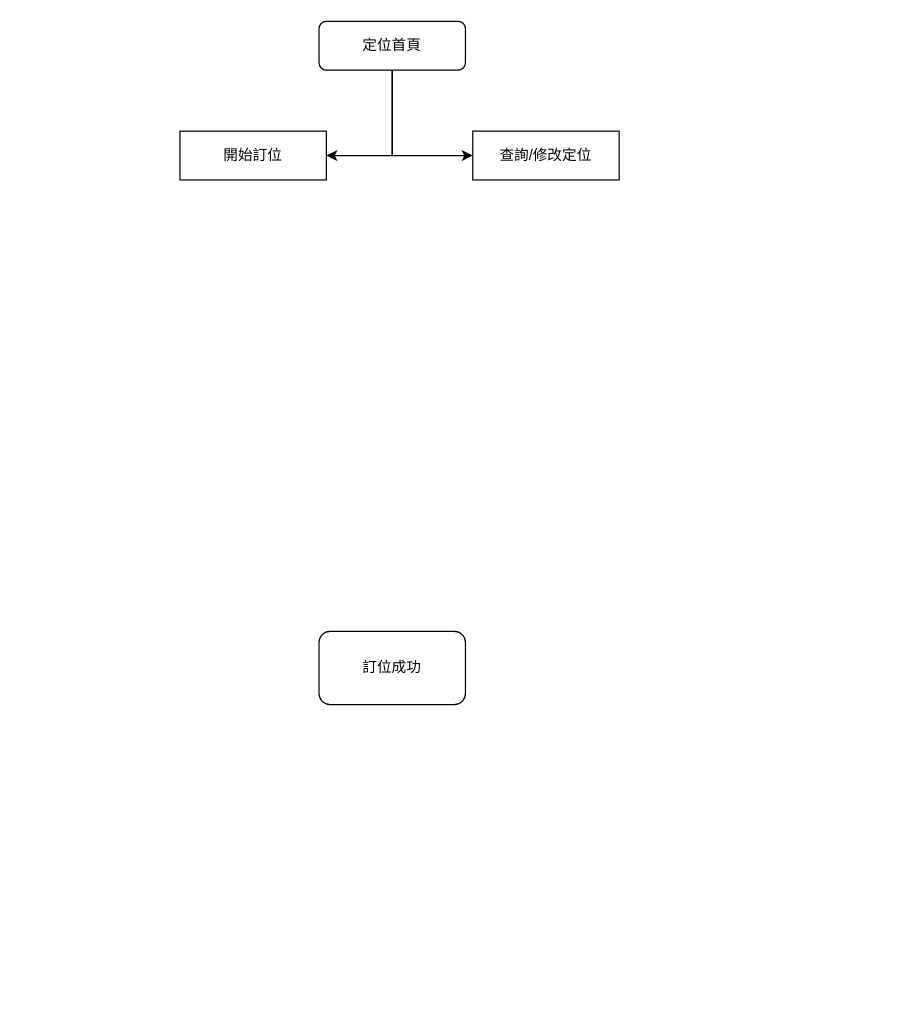
Above: 訂位系統.drawio in Josh1216/draw.io_test (draw.io), before the change. Source tidied: cells renumbered, new cells numbered last; positions are measured from the earlier drawing's top-left corner, leaving out a move shared by most shapes. Both pictures are drawn from the tidied source at 122%, with x=0, y=0 at pixel (179, 21).
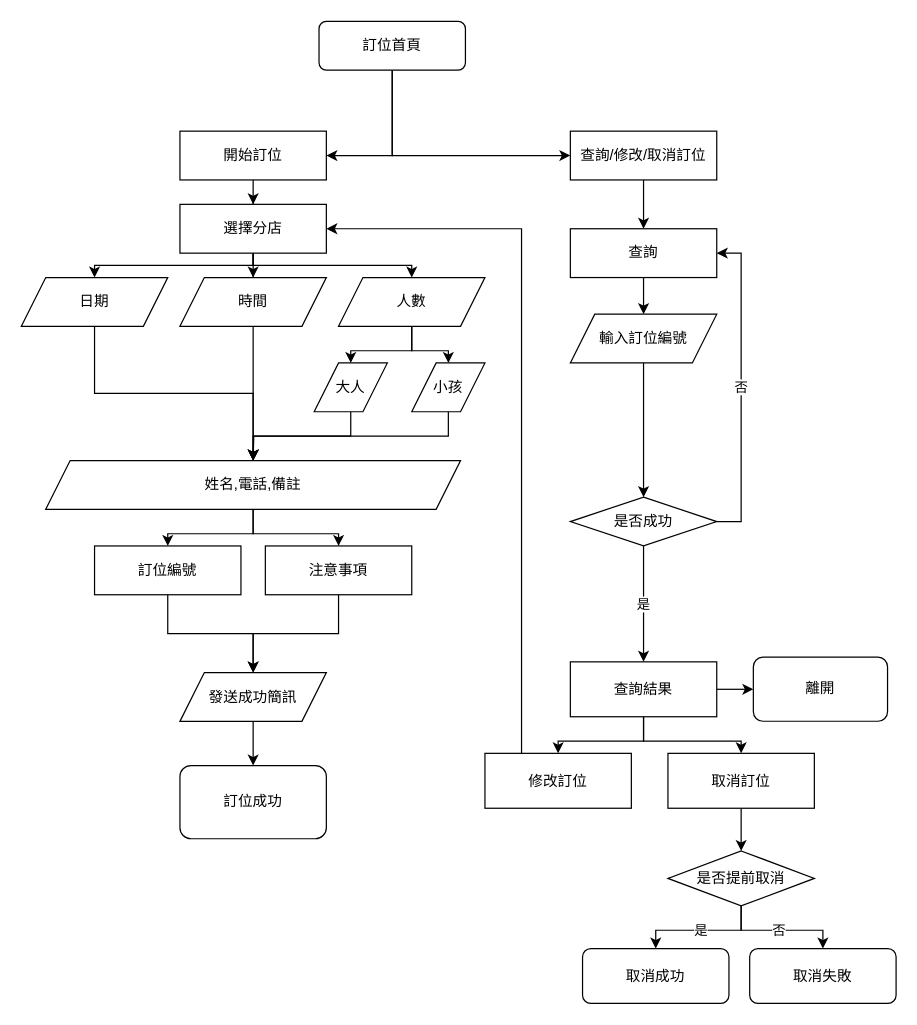
The same page after the edit.

Commit message:
更新訂位系統.drawio

The change refers to these unchanged cells:
```xml
<mxCell id="7" value="開始訂位" style="rounded=0;whiteSpace=wrap;html=1;" parent="1" vertex="1">
  <mxGeometry y="90" width="120" height="40" as="geometry" />
</mxCell>
```

The edit, as a diff of the source:
```diff
@@
-    <mxCell id="4" value="定位首頁" style="rounded=1;whiteSpace=wrap;html=1;" parent="1" vertex="1">
+    <mxCell id="4" value="訂位首頁" style="rounded=1;whiteSpace=wrap;html=1;" parent="1" vertex="1">
       <mxGeometry x="114" width="120" height="40" as="geometry" />
     </mxCell>
     <mxCell id="5" value="訂位成功" style="rounded=1;whiteSpace=wrap;html=1;" parent="1" vertex="1">
-      <mxGeometry x="114" y="500" width="120" height="60" as="geometry" />
+      <mxGeometry y="610" width="120" height="60" as="geometry" />
     </mxCell>
+    <mxCell id="8" style="edgeStyle=orthogonalEdgeStyle;rounded=0;jettySize=auto;html=1;exitX=0.5;exitY=1;exitDx=0;exitDy=0;entryX=0.5;entryY=0;entryDx=0;entryDy=0;" parent="1" edge="1" source="6" target="39">
+      <mxGeometry relative="1" as="geometry" />
+    </mxCell>
-    <mxCell id="6" value="查詢/修改定位" style="rounded=0;whiteSpace=wrap;html=1;" parent="1" vertex="1">
-      <mxGeometry x="240" y="90" width="120" height="40" as="geometry" />
+    <mxCell id="6" value="查詢/修改/取消訂位" style="rounded=0;whiteSpace=wrap;html=1;" parent="1" vertex="1">
+      <mxGeometry x="320" y="90" width="120" height="40" as="geometry" />
     </mxCell>
+    <mxCell id="9" style="edgeStyle=orthogonalEdgeStyle;rounded=0;jettySize=auto;html=1;" parent="1" edge="1" source="7" target="24">
+      <mxGeometry relative="1" as="geometry" />
+    </mxCell>
@@
+    <mxCell id="10" style="edgeStyle=orthogonalEdgeStyle;rounded=0;jettySize=auto;html=1;exitX=0.5;exitY=1;exitDx=0;exitDy=0;" parent="1" edge="1" source="11">
+      <mxGeometry relative="1" as="geometry">
+        <mxPoint x="60" y="360" as="targetPoint" />
+      </mxGeometry>
+    </mxCell>
+    <mxCell id="11" value="時間" style="shape=parallelogram;perimeter=parallelogramPerimeter;whiteSpace=wrap;html=1;fixedSize=1;" parent="1" vertex="1">
+      <mxGeometry y="210" width="120" height="40" as="geometry" />
+    </mxCell>
+    <mxCell id="12" style="edgeStyle=orthogonalEdgeStyle;rounded=0;jettySize=auto;html=1;entryX=0.5;entryY=0;entryDx=0;entryDy=0;" parent="1" edge="1" source="13" target="31">
+      <mxGeometry relative="1" as="geometry" />
+    </mxCell>
+    <mxCell id="13" value="日期" style="shape=parallelogram;perimeter=parallelogramPerimeter;whiteSpace=wrap;html=1;fixedSize=1;" parent="1" vertex="1">
+      <mxGeometry x="-130" y="210" width="120" height="40" as="geometry" />
+    </mxCell>
+    <mxCell id="14" style="edgeStyle=orthogonalEdgeStyle;rounded=0;jettySize=auto;html=1;entryX=0.5;entryY=0;entryDx=0;entryDy=0;" parent="1" edge="1" source="16" target="28">
+      <mxGeometry relative="1" as="geometry" />
+    </mxCell>
+    <mxCell id="15" style="edgeStyle=orthogonalEdgeStyle;rounded=0;jettySize=auto;html=1;exitX=0.5;exitY=1;exitDx=0;exitDy=0;entryX=0.5;entryY=0;entryDx=0;entryDy=0;" parent="1" edge="1" source="16" target="26">
+      <mxGeometry relative="1" as="geometry" />
+    </mxCell>
+    <mxCell id="16" value="人數" style="shape=parallelogram;perimeter=parallelogramPerimeter;whiteSpace=wrap;html=1;fixedSize=1;" parent="1" vertex="1">
+      <mxGeometry x="130" y="210" width="120" height="40" as="geometry" />
+    </mxCell>
+    <mxCell id="17" style="edgeStyle=orthogonalEdgeStyle;rounded=0;jettySize=auto;html=1;" parent="1" edge="1" source="20" target="49">
+      <mxGeometry relative="1" as="geometry" />
+    </mxCell>
+    <mxCell id="18" style="edgeStyle=orthogonalEdgeStyle;rounded=0;jettySize=auto;html=1;exitX=0.5;exitY=1;exitDx=0;exitDy=0;entryX=0.5;entryY=0;entryDx=0;entryDy=0;" parent="1" edge="1" source="20" target="48">
+      <mxGeometry relative="1" as="geometry" />
+    </mxCell>
+    <mxCell id="19" style="edgeStyle=orthogonalEdgeStyle;rounded=0;jettySize=auto;html=1;entryX=0.5;entryY=0;entryDx=0;entryDy=0;" parent="1" edge="1" source="20" target="46">
+      <mxGeometry relative="1" as="geometry" />
+    </mxCell>
+    <mxCell id="20" value="查詢結果" style="rounded=0;whiteSpace=wrap;html=1;" parent="1" vertex="1">
+      <mxGeometry x="320" y="525" width="120" height="45" as="geometry" />
+    </mxCell>
+    <mxCell id="21" style="edgeStyle=orthogonalEdgeStyle;rounded=0;jettySize=auto;html=1;" parent="1" edge="1" source="24" target="11">
+      <mxGeometry relative="1" as="geometry" />
+    </mxCell>
+    <mxCell id="22" style="edgeStyle=orthogonalEdgeStyle;rounded=0;jettySize=auto;html=1;exitX=0.5;exitY=1;exitDx=0;exitDy=0;entryX=0.5;entryY=0;entryDx=0;entryDy=0;" parent="1" edge="1" source="24" target="13">
+      <mxGeometry relative="1" as="geometry">
+        <Array as="points">
+          <mxPoint x="60" y="200" />
+          <mxPoint x="-70" y="200" />
+        </Array>
+      </mxGeometry>
+    </mxCell>
+    <mxCell id="23" style="edgeStyle=orthogonalEdgeStyle;rounded=0;jettySize=auto;html=1;exitX=0.5;exitY=1;exitDx=0;exitDy=0;" parent="1" edge="1" source="24" target="16">
+      <mxGeometry relative="1" as="geometry">
+        <Array as="points">
+          <mxPoint x="60" y="200" />
+          <mxPoint x="190" y="200" />
+        </Array>
+      </mxGeometry>
+    </mxCell>
+    <mxCell id="24" value="選擇分店" style="rounded=0;whiteSpace=wrap;html=1;" parent="1" vertex="1">
+      <mxGeometry y="150" width="120" height="40" as="geometry" />
+    </mxCell>
+    <mxCell id="25" style="edgeStyle=orthogonalEdgeStyle;rounded=0;jettySize=auto;html=1;exitX=0.5;exitY=1;exitDx=0;exitDy=0;" parent="1" edge="1" source="26">
+      <mxGeometry relative="1" as="geometry">
+        <mxPoint x="60" y="360" as="targetPoint" />
+      </mxGeometry>
+    </mxCell>
+    <mxCell id="26" value="小孩" style="shape=parallelogram;perimeter=parallelogramPerimeter;whiteSpace=wrap;html=1;fixedSize=1;" parent="1" vertex="1">
+      <mxGeometry x="190" y="280" width="60" height="40" as="geometry" />
+    </mxCell>
+    <mxCell id="27" style="edgeStyle=orthogonalEdgeStyle;rounded=0;jettySize=auto;html=1;exitX=0.5;exitY=1;exitDx=0;exitDy=0;entryX=0.5;entryY=0;entryDx=0;entryDy=0;" parent="1" edge="1" source="28" target="31">
+      <mxGeometry relative="1" as="geometry" />
+    </mxCell>
+    <mxCell id="28" value="大人" style="shape=parallelogram;perimeter=parallelogramPerimeter;whiteSpace=wrap;html=1;fixedSize=1;" parent="1" vertex="1">
+      <mxGeometry x="110" y="280" width="60" height="40" as="geometry" />
+    </mxCell>
+    <mxCell id="29" style="edgeStyle=orthogonalEdgeStyle;rounded=0;jettySize=auto;html=1;exitX=0.5;exitY=1;exitDx=0;exitDy=0;entryX=0.5;entryY=0;entryDx=0;entryDy=0;" parent="1" edge="1" source="31" target="37">
+      <mxGeometry relative="1" as="geometry" />
+    </mxCell>
+    <mxCell id="30" style="edgeStyle=orthogonalEdgeStyle;rounded=0;jettySize=auto;html=1;exitX=0.5;exitY=1;exitDx=0;exitDy=0;" parent="1" edge="1" source="31" target="35">
+      <mxGeometry relative="1" as="geometry" />
+    </mxCell>
+    <mxCell id="31" value="姓名,電話,備註" style="shape=parallelogram;perimeter=parallelogramPerimeter;whiteSpace=wrap;html=1;fixedSize=1;" parent="1" vertex="1">
+      <mxGeometry x="-110" y="360" width="340" height="40" as="geometry" />
+    </mxCell>
+    <mxCell id="32" style="edgeStyle=orthogonalEdgeStyle;rounded=0;jettySize=auto;html=1;exitX=0.5;exitY=1;exitDx=0;exitDy=0;entryX=0.5;entryY=0;entryDx=0;entryDy=0;" parent="1" edge="1" source="33" target="5">
+      <mxGeometry relative="1" as="geometry" />
+    </mxCell>
+    <mxCell id="33" value="發送成功簡訊" style="rounded=0;whiteSpace=wrap;html=1;shape=parallelogram;perimeter=parallelogramPerimeter;fixedSize=1;" parent="1" vertex="1">
+      <mxGeometry y="533.8" width="120" height="40" as="geometry" />
+    </mxCell>
+    <mxCell id="34" style="edgeStyle=orthogonalEdgeStyle;rounded=0;jettySize=auto;html=1;exitX=0.5;exitY=1;exitDx=0;exitDy=0;" parent="1" edge="1" source="35" target="33">
+      <mxGeometry relative="1" as="geometry" />
+    </mxCell>
+    <mxCell id="35" value="注意事項" style="rounded=0;whiteSpace=wrap;html=1;" parent="1" vertex="1">
+      <mxGeometry x="70" y="430" width="120" height="40" as="geometry" />
+    </mxCell>
+    <mxCell id="36" style="edgeStyle=orthogonalEdgeStyle;rounded=0;jettySize=auto;html=1;exitX=0.5;exitY=1;exitDx=0;exitDy=0;entryX=0.5;entryY=0;entryDx=0;entryDy=0;" parent="1" edge="1" source="37" target="33">
+      <mxGeometry relative="1" as="geometry" />
+    </mxCell>
+    <mxCell id="37" value="訂位編號" style="rounded=0;whiteSpace=wrap;html=1;" parent="1" vertex="1">
+      <mxGeometry x="-70" y="430" width="120" height="40" as="geometry" />
+    </mxCell>
+    <mxCell id="38" style="edgeStyle=orthogonalEdgeStyle;rounded=0;jettySize=auto;html=1;" parent="1" edge="1" source="39" target="41">
+      <mxGeometry relative="1" as="geometry" />
+    </mxCell>
+    <mxCell id="39" value="查詢" style="rounded=0;whiteSpace=wrap;html=1;" parent="1" vertex="1">
+      <mxGeometry x="320" y="170" width="120" height="40" as="geometry" />
+    </mxCell>
+    <mxCell id="40" style="edgeStyle=orthogonalEdgeStyle;rounded=0;jettySize=auto;html=1;exitX=0.5;exitY=1;exitDx=0;exitDy=0;entryX=0.5;entryY=0;entryDx=0;entryDy=0;" parent="1" edge="1" source="41" target="44">
+      <mxGeometry relative="1" as="geometry" />
+    </mxCell>
+    <mxCell id="41" value="輸入訂位編號" style="shape=parallelogram;perimeter=parallelogramPerimeter;whiteSpace=wrap;html=1;fixedSize=1;" parent="1" vertex="1">
+      <mxGeometry x="320" y="240" width="120" height="40" as="geometry" />
+    </mxCell>
+    <mxCell id="42" value="是" style="edgeStyle=orthogonalEdgeStyle;rounded=0;jettySize=auto;html=1;exitX=0.5;exitY=1;exitDx=0;exitDy=0;entryX=0.5;entryY=0;entryDx=0;entryDy=0;" parent="1" edge="1" source="44" target="20">
+      <mxGeometry relative="1" as="geometry" />
+    </mxCell>
+    <mxCell id="43" value="否" style="edgeStyle=orthogonalEdgeStyle;rounded=0;jettySize=auto;html=1;entryX=1;entryY=0.5;entryDx=0;entryDy=0;" parent="1" edge="1" source="44" target="39">
+      <mxGeometry relative="1" as="geometry">
+        <Array as="points">
+          <mxPoint x="460" y="410" />
+          <mxPoint x="460" y="190" />
+        </Array>
+      </mxGeometry>
+    </mxCell>
+    <mxCell id="44" value="是否成功" style="rounded=0;whiteSpace=wrap;html=1;shape=rhombus;perimeter=rhombusPerimeter;" parent="1" vertex="1">
+      <mxGeometry x="320" y="390" width="120" height="40" as="geometry" />
+    </mxCell>
+    <mxCell id="45" style="edgeStyle=orthogonalEdgeStyle;rounded=0;jettySize=auto;html=1;" parent="1" edge="1" source="46" target="52">
+      <mxGeometry relative="1" as="geometry" />
+    </mxCell>
+    <mxCell id="46" value="取消訂位" style="rounded=0;whiteSpace=wrap;html=1;" parent="1" vertex="1">
+      <mxGeometry x="400" y="600" width="120" height="45" as="geometry" />
+    </mxCell>
+    <mxCell id="47" style="edgeStyle=orthogonalEdgeStyle;rounded=0;jettySize=auto;html=1;entryX=1;entryY=0.5;entryDx=0;entryDy=0;" parent="1" edge="1" source="48" target="24">
+      <mxGeometry relative="1" as="geometry">
+        <Array as="points">
+          <mxPoint x="280" y="623" />
+          <mxPoint x="280" y="170" />
+        </Array>
+      </mxGeometry>
+    </mxCell>
+    <mxCell id="48" value="修改訂位" style="rounded=0;whiteSpace=wrap;html=1;" parent="1" vertex="1">
+      <mxGeometry x="250" y="600" width="120" height="45" as="geometry" />
+    </mxCell>
+    <mxCell id="49" value="離開" style="rounded=1;whiteSpace=wrap;html=1;" parent="1" vertex="1">
+      <mxGeometry x="470" y="521.2" width="110" height="52.5" as="geometry" />
+    </mxCell>
+    <mxCell id="50" value="是" style="edgeStyle=orthogonalEdgeStyle;rounded=0;jettySize=auto;html=1;" parent="1" edge="1" source="52" target="53">
+      <mxGeometry relative="1" as="geometry" />
+    </mxCell>
+    <mxCell id="51" value="否" style="edgeStyle=orthogonalEdgeStyle;rounded=0;jettySize=auto;html=1;exitX=0.5;exitY=1;exitDx=0;exitDy=0;entryX=0.5;entryY=0;entryDx=0;entryDy=0;" parent="1" edge="1" source="52" target="54">
+      <mxGeometry relative="1" as="geometry" />
+    </mxCell>
+    <mxCell id="52" value="是否提前取消" style="rounded=0;whiteSpace=wrap;html=1;shape=rhombus;perimeter=rhombusPerimeter;" parent="1" vertex="1">
+      <mxGeometry x="400" y="680" width="120" height="45" as="geometry" />
+    </mxCell>
+    <mxCell id="53" value="取消成功" style="rounded=1;whiteSpace=wrap;html=1;" parent="1" vertex="1">
+      <mxGeometry x="330" y="760" width="120" height="45" as="geometry" />
+    </mxCell>
+    <mxCell id="54" value="取消失敗" style="rounded=1;whiteSpace=wrap;html=1;" parent="1" vertex="1">
+      <mxGeometry x="467" y="760" width="120" height="45" as="geometry" />
+    </mxCell>
```
